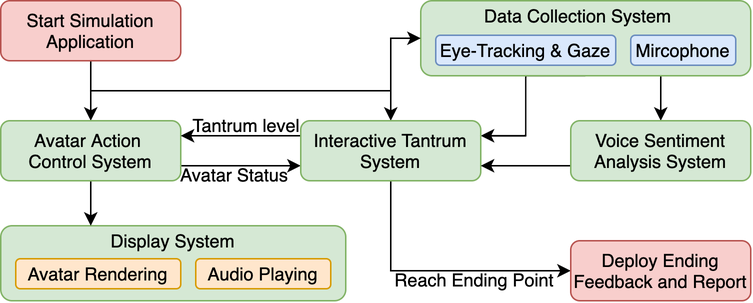
This is Porposed Simulation System.png from anchensun/Figure, a draw.io export, as it was before one commit. Source tidied: cells renumbered, new cells last; positions are measured from the earlier drawing's top-left corner, leaving out a move shared by most shapes. Source of this version:
```xml
<mxGraphModel>
  <root>
    <mxCell id="0" />
    <mxCell id="1" parent="0" />
    <mxCell id="2" style="rounded=1;whiteSpace=wrap;html=1;align=center;fillColor=#d5e8d4;strokeColor=#82b366;verticalAlign=top;" parent="1" vertex="1">
      <mxGeometry y="150" width="230" height="50" as="geometry" />
    </mxCell>
    <mxCell id="3" style="edgeStyle=orthogonalEdgeStyle;rounded=0;jettySize=auto;html=1;exitX=0.5;exitY=1;exitDx=0;exitDy=0;entryX=1;entryY=0.25;entryDx=0;entryDy=0;" parent="1" edge="1" source="5" target="15">
      <mxGeometry relative="1" as="geometry">
        <Array as="points">
          <mxPoint x="350" y="50" />
          <mxPoint x="350" y="90" />
        </Array>
      </mxGeometry>
    </mxCell>
    <mxCell id="4" style="edgeStyle=orthogonalEdgeStyle;rounded=0;jettySize=auto;html=1;exitX=0.75;exitY=1;exitDx=0;exitDy=0;entryX=0.5;entryY=0;entryDx=0;entryDy=0;" parent="1" edge="1" source="5" target="21">
      <mxGeometry relative="1" as="geometry">
        <Array as="points">
          <mxPoint x="440" y="50" />
        </Array>
      </mxGeometry>
    </mxCell>
    <mxCell id="5" style="rounded=1;whiteSpace=wrap;html=1;align=center;fillColor=#d5e8d4;strokeColor=#82b366;" parent="1" vertex="1">
      <mxGeometry x="280" width="220" height="50" as="geometry" />
    </mxCell>
    <mxCell id="6" style="edgeStyle=orthogonalEdgeStyle;rounded=0;jettySize=auto;html=1;exitX=0.5;exitY=1;exitDx=0;exitDy=0;entryX=0.5;entryY=0;entryDx=0;entryDy=0;" parent="1" edge="1" source="9" target="12">
      <mxGeometry relative="1" as="geometry" />
    </mxCell>
    <mxCell id="7" style="edgeStyle=orthogonalEdgeStyle;rounded=0;jettySize=auto;html=1;exitX=0.5;exitY=1;exitDx=0;exitDy=0;" parent="1" edge="1" source="9" target="15">
      <mxGeometry relative="1" as="geometry" />
    </mxCell>
    <mxCell id="8" style="edgeStyle=orthogonalEdgeStyle;rounded=0;jettySize=auto;html=1;exitX=0.5;exitY=1;exitDx=0;exitDy=0;entryX=0;entryY=0.5;entryDx=0;entryDy=0;endArrow=classic;endFill=1;" parent="1" edge="1" source="9" target="5">
      <mxGeometry relative="1" as="geometry">
        <Array as="points">
          <mxPoint x="60" y="60" />
          <mxPoint x="260" y="60" />
          <mxPoint x="260" y="25" />
        </Array>
      </mxGeometry>
    </mxCell>
    <mxCell id="9" value="Start Simulation Application" style="rounded=1;whiteSpace=wrap;html=1;fillColor=#f8cecc;strokeColor=#b85450;" parent="1" vertex="1">
      <mxGeometry width="120" height="40" as="geometry" />
    </mxCell>
    <mxCell id="10" style="edgeStyle=orthogonalEdgeStyle;rounded=0;jettySize=auto;html=1;exitX=1;exitY=0.75;exitDx=0;exitDy=0;entryX=0;entryY=0.75;entryDx=0;entryDy=0;" parent="1" edge="1" source="12" target="15">
      <mxGeometry relative="1" as="geometry" />
    </mxCell>
    <mxCell id="11" style="edgeStyle=orthogonalEdgeStyle;rounded=0;jettySize=auto;html=1;exitX=0.5;exitY=1;exitDx=0;exitDy=0;endArrow=classic;endFill=1;" parent="1" edge="1" source="12">
      <mxGeometry relative="1" as="geometry">
        <mxPoint x="60" y="150" as="targetPoint" />
      </mxGeometry>
    </mxCell>
    <mxCell id="12" value="Avatar Action &lt;br&gt;Control System" style="rounded=1;whiteSpace=wrap;html=1;fillColor=#d5e8d4;strokeColor=#82b366;" parent="1" vertex="1">
      <mxGeometry y="80" width="120" height="40" as="geometry" />
    </mxCell>
    <mxCell id="13" style="edgeStyle=orthogonalEdgeStyle;rounded=0;jettySize=auto;html=1;exitX=0.5;exitY=1;exitDx=0;exitDy=0;entryX=0;entryY=0.5;entryDx=0;entryDy=0;" parent="1" edge="1" source="15" target="18">
      <mxGeometry relative="1" as="geometry" />
    </mxCell>
    <mxCell id="14" style="edgeStyle=orthogonalEdgeStyle;rounded=0;jettySize=auto;html=1;exitX=0;exitY=0.25;exitDx=0;exitDy=0;entryX=1;entryY=0.25;entryDx=0;entryDy=0;" parent="1" edge="1" source="15" target="12">
      <mxGeometry relative="1" as="geometry" />
    </mxCell>
    <mxCell id="15" value="Interactive Tantrum System" style="rounded=1;whiteSpace=wrap;html=1;fillColor=#d5e8d4;strokeColor=#82b366;" parent="1" vertex="1">
      <mxGeometry x="200" y="80" width="120" height="40" as="geometry" />
    </mxCell>
    <mxCell id="16" value="Avatar Rendering" style="rounded=1;whiteSpace=wrap;html=1;fillColor=#ffe6cc;strokeColor=#d79b00;" parent="1" vertex="1">
      <mxGeometry x="10" y="172" width="110" height="20" as="geometry" />
    </mxCell>
    <mxCell id="17" value="Audio Playing" style="rounded=1;whiteSpace=wrap;html=1;fillColor=#ffe6cc;strokeColor=#d79b00;" parent="1" vertex="1">
      <mxGeometry x="130" y="172" width="90" height="20" as="geometry" />
    </mxCell>
    <mxCell id="18" value="Deploy Ending Feedback and Report" style="rounded=1;whiteSpace=wrap;html=1;fillColor=#f8cecc;strokeColor=#b85450;" parent="1" vertex="1">
      <mxGeometry x="380" y="160" width="120" height="40" as="geometry" />
    </mxCell>
    <mxCell id="19" value="Reach Ending Point" style="text;html=1;strokeColor=none;fillColor=none;align=center;verticalAlign=middle;whiteSpace=wrap;rounded=0;" parent="1" vertex="1">
      <mxGeometry x="256" y="176" width="120" height="20" as="geometry" />
    </mxCell>
    <mxCell id="20" style="edgeStyle=orthogonalEdgeStyle;rounded=0;jettySize=auto;html=1;exitX=0;exitY=0.75;exitDx=0;exitDy=0;entryX=1;entryY=0.75;entryDx=0;entryDy=0;" parent="1" edge="1" source="21" target="15">
      <mxGeometry relative="1" as="geometry" />
    </mxCell>
    <mxCell id="21" value="Voice Sentiment Analysis System" style="rounded=1;whiteSpace=wrap;html=1;fillColor=#d5e8d4;strokeColor=#82b366;" parent="1" vertex="1">
      <mxGeometry x="380" y="80" width="120" height="40" as="geometry" />
    </mxCell>
    <mxCell id="22" value="Eye-Tracking &amp;amp; Gaze" style="rounded=1;whiteSpace=wrap;html=1;fillColor=#dae8fc;strokeColor=#6c8ebf;" parent="1" vertex="1">
      <mxGeometry x="290" y="23" width="120" height="20" as="geometry" />
    </mxCell>
    <mxCell id="23" value="Mircophone" style="rounded=1;whiteSpace=wrap;html=1;fillColor=#dae8fc;strokeColor=#6c8ebf;" parent="1" vertex="1">
      <mxGeometry x="420" y="23" width="70" height="20" as="geometry" />
    </mxCell>
    <mxCell id="24" value="Data Collection System" style="text;html=1;strokeColor=none;fillColor=none;align=center;verticalAlign=middle;whiteSpace=wrap;rounded=0;" parent="1" vertex="1">
      <mxGeometry x="305" width="160" height="20" as="geometry" />
    </mxCell>
    <mxCell id="25" value="Tantrum level" style="text;html=1;strokeColor=none;fillColor=none;align=center;verticalAlign=middle;whiteSpace=wrap;rounded=0;" parent="1" vertex="1">
      <mxGeometry x="104" y="73" width="120" height="20" as="geometry" />
    </mxCell>
    <mxCell id="26" value="Avatar Status" style="text;html=1;strokeColor=none;fillColor=none;align=center;verticalAlign=middle;whiteSpace=wrap;rounded=0;" parent="1" vertex="1">
      <mxGeometry x="96" y="106" width="120" height="20" as="geometry" />
    </mxCell>
    <mxCell id="27" value="Display System" style="text;html=1;strokeColor=none;fillColor=none;align=center;verticalAlign=middle;whiteSpace=wrap;rounded=0;" parent="1" vertex="1">
      <mxGeometry x="35" y="150" width="160" height="20" as="geometry" />
    </mxCell>
  </root>
</mxGraphModel>
```
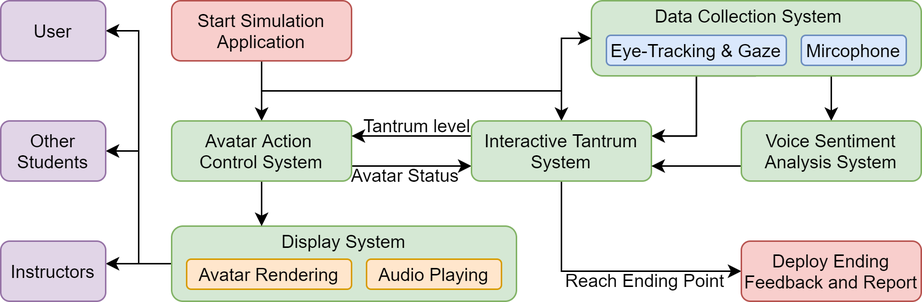
The same file after the commit.

Diff of the diagram source:
```diff
@@ -2,6 +2,17 @@
   <root>
     <mxCell id="0" />
     <mxCell id="1" parent="0" />
+    <mxCell id="28" style="edgeStyle=orthogonalEdgeStyle;rounded=0;jettySize=auto;html=1;exitX=0;exitY=0.5;exitDx=0;exitDy=0;entryX=1;entryY=0.5;entryDx=0;entryDy=0;" parent="1" edge="1" source="2" target="31">
+      <mxGeometry relative="1" as="geometry" />
+    </mxCell>
+    <mxCell id="29" style="edgeStyle=orthogonalEdgeStyle;rounded=0;jettySize=auto;html=1;exitX=0;exitY=0.5;exitDx=0;exitDy=0;entryX=1;entryY=0.5;entryDx=0;entryDy=0;" parent="1" edge="1" source="2" target="32">
+      <mxGeometry relative="1" as="geometry" />
+    </mxCell>
+    <mxCell id="30" style="edgeStyle=orthogonalEdgeStyle;rounded=0;jettySize=auto;html=1;exitX=0;exitY=0.5;exitDx=0;exitDy=0;" parent="1" edge="1" source="2">
+      <mxGeometry relative="1" as="geometry">
+        <mxPoint x="-44" y="175" as="targetPoint" />
+      </mxGeometry>
+    </mxCell>
     <mxCell id="2" style="rounded=1;whiteSpace=wrap;html=1;align=center;fillColor=#d5e8d4;strokeColor=#82b366;verticalAlign=top;" parent="1" vertex="1">
       <mxGeometry y="150" width="230" height="50" as="geometry" />
     </mxCell>
@@ -97,5 +108,14 @@
     <mxCell id="27" value="Display System" style="text;html=1;strokeColor=none;fillColor=none;align=center;verticalAlign=middle;whiteSpace=wrap;rounded=0;" parent="1" vertex="1">
       <mxGeometry x="35" y="150" width="160" height="20" as="geometry" />
     </mxCell>
+    <mxCell id="31" value="User" style="rounded=1;whiteSpace=wrap;html=1;fillColor=#e1d5e7;strokeColor=#9673a6;" parent="1" vertex="1">
+      <mxGeometry x="-114" width="70" height="40" as="geometry" />
+    </mxCell>
+    <mxCell id="32" value="Other&lt;br&gt;Students" style="rounded=1;whiteSpace=wrap;html=1;fillColor=#e1d5e7;strokeColor=#9673a6;" parent="1" vertex="1">
+      <mxGeometry x="-114" y="80" width="70" height="40" as="geometry" />
+    </mxCell>
+    <mxCell id="33" value="Instructors" style="rounded=1;whiteSpace=wrap;html=1;fillColor=#e1d5e7;strokeColor=#9673a6;" parent="1" vertex="1">
+      <mxGeometry x="-114" y="160" width="70" height="40" as="geometry" />
+    </mxCell>
   </root>
 </mxGraphModel>
```
